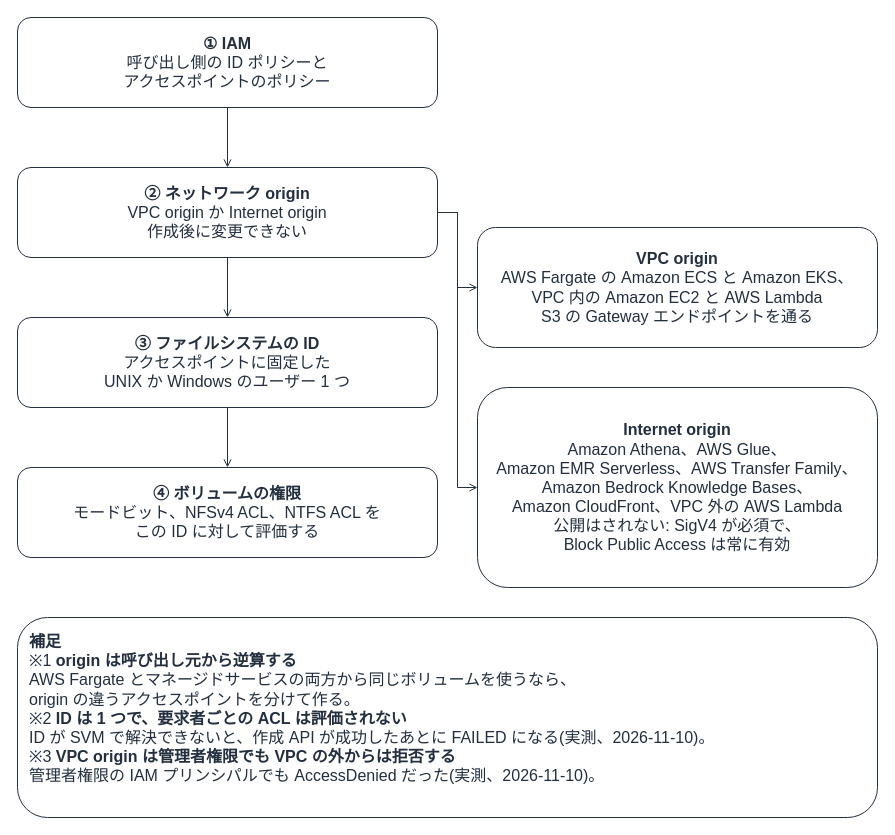
Above: docs/_assets/diagrams/s3ap-request-path.drawio in Yoshiki0705/FSx-for-ONTAP-Container-Datastore-Patterns (draw.io), before the change. Source tidied: cells renumbered, new cells numbered last; positions are measured from the earlier drawing's top-left corner, leaving out a move shared by most shapes. Both pictures are drawn from the tidied source at 100%, with x=0, y=0 at pixel (17, 17).
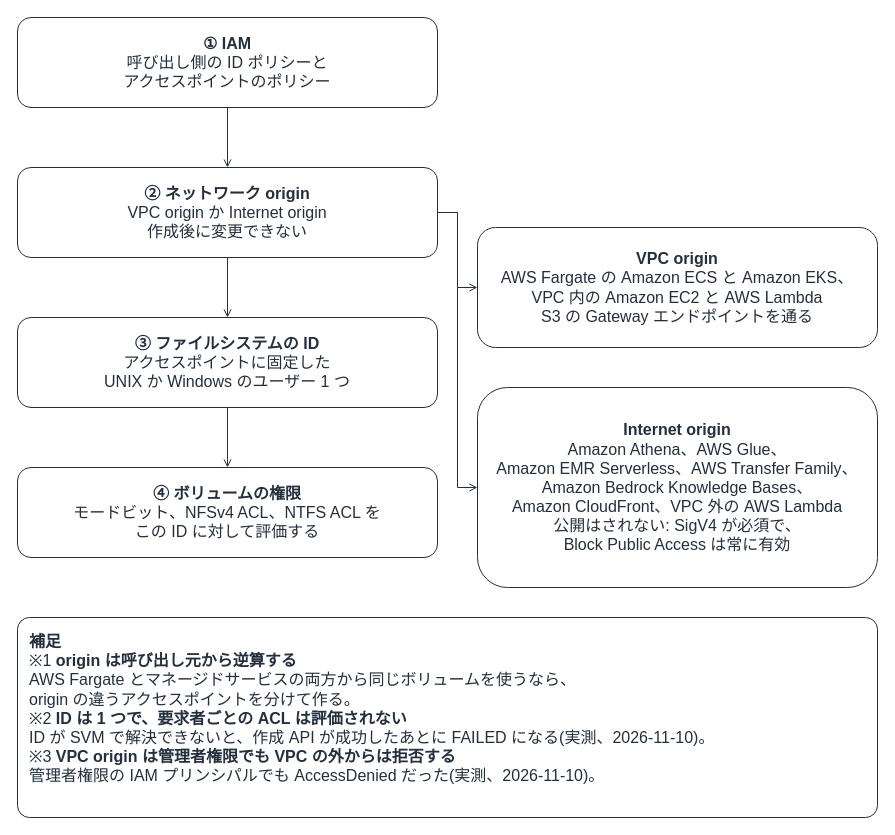
Above is the later version.

What changed in the source:
```diff
@@
 <mxGraphModel background="#FFFFFF">
   <root>
     <mxCell id="0" />
     <mxCell id="1" parent="0" />
     <mxCell id="2" style="edgeStyle=orthogonalEdgeStyle;rounded=0;html=1;endArrow=open;endFill=0;strokeColor=#232F3E;strokeWidth=1;fontSize=16;fontColor=#232F3E;labelBackgroundColor=#FFFFFF;exitX=0.5;exitY=1.0;exitDx=0;exitDy=0;entryX=0.5;entryY=0.0;entryDx=0;entryDy=0;" parent="1" edge="1" source="7" target="8">
       <mxGeometry relative="1" as="geometry" />
     </mxCell>
     <mxCell id="3" style="edgeStyle=orthogonalEdgeStyle;rounded=0;html=1;endArrow=open;endFill=0;strokeColor=#232F3E;strokeWidth=1;fontSize=16;fontColor=#232F3E;labelBackgroundColor=#FFFFFF;exitX=0.5;exitY=1.0;exitDx=0;exitDy=0;entryX=0.5;entryY=0.0;entryDx=0;entryDy=0;" parent="1" edge="1" source="8" target="9">
       <mxGeometry relative="1" as="geometry" />
     </mxCell>
     <mxCell id="4" style="edgeStyle=orthogonalEdgeStyle;rounded=0;html=1;endArrow=open;endFill=0;strokeColor=#232F3E;strokeWidth=1;fontSize=16;fontColor=#232F3E;labelBackgroundColor=#FFFFFF;exitX=0.5;exitY=1.0;exitDx=0;exitDy=0;entryX=0.5;entryY=0.0;entryDx=0;entryDy=0;" parent="1" edge="1" source="9" target="10">
       <mxGeometry relative="1" as="geometry" />
     </mxCell>
     <mxCell id="5" style="edgeStyle=orthogonalEdgeStyle;rounded=0;html=1;endArrow=open;endFill=0;strokeColor=#232F3E;strokeWidth=1;fontSize=16;fontColor=#232F3E;labelBackgroundColor=#FFFFFF;exitX=1.0;exitY=0.5;exitDx=0;exitDy=0;entryX=0.0;entryY=0.5;entryDx=0;entryDy=0;" parent="1" edge="1" source="8" target="11">
       <mxGeometry relative="1" as="geometry" />
     </mxCell>
     <mxCell id="6" style="edgeStyle=orthogonalEdgeStyle;rounded=0;html=1;endArrow=open;endFill=0;strokeColor=#232F3E;strokeWidth=1;fontSize=16;fontColor=#232F3E;labelBackgroundColor=#FFFFFF;exitX=1.0;exitY=0.5;exitDx=0;exitDy=0;entryX=0.0;entryY=0.5;entryDx=0;entryDy=0;" parent="1" edge="1" source="8" target="12">
       <mxGeometry relative="1" as="geometry" />
     </mxCell>
     <mxCell id="7" value="&lt;b&gt;① IAM&lt;/b&gt;&lt;br&gt;呼び出し側の ID ポリシーと&lt;br&gt;アクセスポイントのポリシー" style="rounded=1;whiteSpace=wrap;html=1;strokeColor=#232F3E;fillColor=none;fontColor=#232F3E;fontSize=16;verticalAlign=middle;align=center;" parent="1" vertex="1">
       <mxGeometry width="420" height="90" as="geometry" />
     </mxCell>
     <mxCell id="8" value="&lt;b&gt;② ネットワーク origin&lt;/b&gt;&lt;br&gt;VPC origin か Internet origin&lt;br&gt;作成後に変更できない" style="rounded=1;whiteSpace=wrap;html=1;strokeColor=#232F3E;fillColor=none;fontColor=#232F3E;fontSize=16;verticalAlign=middle;align=center;" parent="1" vertex="1">
       <mxGeometry y="150" width="420" height="90" as="geometry" />
     </mxCell>
     <mxCell id="9" value="&lt;b&gt;③ ファイルシステムの ID&lt;/b&gt;&lt;br&gt;アクセスポイントに固定した&lt;br&gt;UNIX か Windows のユーザー 1 つ" style="rounded=1;whiteSpace=wrap;html=1;strokeColor=#232F3E;fillColor=none;fontColor=#232F3E;fontSize=16;verticalAlign=middle;align=center;" parent="1" vertex="1">
       <mxGeometry y="300" width="420" height="90" as="geometry" />
     </mxCell>
     <mxCell id="10" value="&lt;b&gt;④ ボリュームの権限&lt;/b&gt;&lt;br&gt;モードビット、NFSv4 ACL、NTFS ACL を&lt;br&gt;この ID に対して評価する" style="rounded=1;whiteSpace=wrap;html=1;strokeColor=#232F3E;fillColor=none;fontColor=#232F3E;fontSize=16;verticalAlign=middle;align=center;" parent="1" vertex="1">
       <mxGeometry y="450" width="420" height="90" as="geometry" />
     </mxCell>
     <mxCell id="11" value="&lt;b&gt;VPC origin&lt;/b&gt;&lt;br&gt;AWS Fargate の Amazon ECS と Amazon EKS、&lt;br&gt;VPC 内の Amazon EC2 と AWS Lambda&lt;br&gt;S3 の Gateway エンドポイントを通る" style="rounded=1;whiteSpace=wrap;html=1;strokeColor=#232F3E;fillColor=none;fontColor=#232F3E;fontSize=16;verticalAlign=middle;align=center;" parent="1" vertex="1">
       <mxGeometry x="460" y="210" width="400" height="120" as="geometry" />
     </mxCell>
     <mxCell id="12" value="&lt;b&gt;Internet origin&lt;/b&gt;&lt;br&gt;Amazon Athena、AWS Glue、&lt;br&gt;Amazon EMR Serverless、AWS Transfer Family、&lt;br&gt;Amazon Bedrock Knowledge Bases、&lt;br&gt;Amazon CloudFront、VPC 外の AWS Lambda&lt;br&gt;公開はされない: SigV4 が必須で、&lt;br&gt;Block Public Access は常に有効" style="rounded=1;whiteSpace=wrap;html=1;strokeColor=#232F3E;fillColor=none;fontColor=#232F3E;fontSize=16;verticalAlign=middle;align=center;" parent="1" vertex="1">
       <mxGeometry x="460" y="370" width="400" height="200" as="geometry" />
     </mxCell>
-    <mxCell id="13" value="&lt;b&gt;補足&lt;/b&gt;&lt;br&gt;※1 &lt;b&gt;origin は呼び出し元から逆算する&lt;/b&gt;&lt;br&gt;AWS Fargate とマネージドサービスの両方から同じボリュームを使うなら、&lt;br&gt;origin の違うアクセスポイントを分けて作る。&lt;br&gt;※2 &lt;b&gt;ID は 1 つで、要求者ごとの ACL は評価されない&lt;/b&gt;&lt;br&gt;ID が SVM で解決できないと、作成 API が成功したあとに FAILED になる(実測、2026-11-10)。&lt;br&gt;※3 &lt;b&gt;VPC origin は管理者権限でも VPC の外からは拒否する&lt;/b&gt;&lt;br&gt;管理者権限の IAM プリンシパルでも AccessDenied だった(実測、2026-11-10)。" style="rounded=1;whiteSpace=wrap;html=1;strokeColor=#232F3E;fillColor=none;fontColor=#232F3E;fontSize=16;verticalAlign=top;align=left;spacingLeft=10;spacingRight=10;spacingTop=8;" parent="1" vertex="1">
+    <mxCell id="13" value="&lt;b&gt;補足&lt;/b&gt;&lt;br&gt;※1 &lt;b&gt;origin は呼び出し元から逆算する&lt;/b&gt;&lt;br&gt;AWS Fargate とマネージドサービスの両方から同じボリュームを使うなら、&lt;br&gt;origin の違うアクセスポイントを分けて作る。&lt;br&gt;※2 &lt;b&gt;ID は 1 つで、要求者ごとの ACL は評価されない&lt;/b&gt;&lt;br&gt;ID が SVM で解決できないと、作成 API が成功したあとに FAILED になる(実測、2026-11-10)。&lt;br&gt;※3 &lt;b&gt;VPC origin は管理者権限でも VPC の外からは拒否する&lt;/b&gt;&lt;br&gt;管理者権限の IAM プリンシパルでも AccessDenied だった(実測、2026-11-10)。" style="rounded=1;absoluteArcSize=1;arcSize=24;whiteSpace=wrap;html=1;strokeColor=#232F3E;fillColor=none;fontColor=#232F3E;fontSize=16;verticalAlign=top;align=left;spacingLeft=10;spacingRight=10;spacingTop=8;" parent="1" vertex="1">
       <mxGeometry y="600" width="860" height="200" as="geometry" />
     </mxCell>
   </root>
 </mxGraphModel>
```
